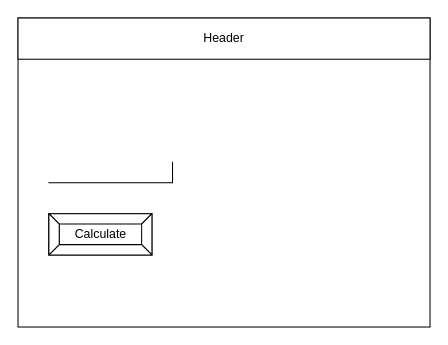
Earlier version of the draw.io diagram design/story-board.drawio (parsa-tahavori/ICS2O-UNIT5-2). Source tidied: cells renumbered, new cells numbered last; positions are measured from the earlier drawing's top-left corner, leaving out a move shared by most shapes. Both pictures are drawn from the tidied source at 103%, with x=0, y=0 at pixel (18, 18).
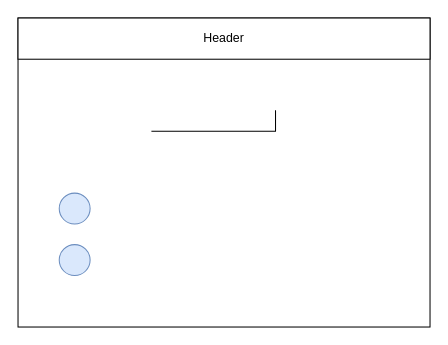
The same diagram, later.

Diff of the diagram source:
```diff
@@
 <mxGraphModel>
   <root>
     <mxCell id="0" />
     <mxCell id="1" parent="0" />
     <mxCell id="2" style="rounded=0;whiteSpace=wrap;html=1;" parent="1" vertex="1">
       <mxGeometry width="400" height="300" as="geometry" />
     </mxCell>
     <mxCell id="3" value="Header" style="rounded=0;whiteSpace=wrap;html=1;" parent="1" vertex="1">
       <mxGeometry width="400" height="40" as="geometry" />
     </mxCell>
     <mxCell id="4" style="shape=partialRectangle;whiteSpace=wrap;html=1;top=0;left=0;fillColor=none;" parent="1" vertex="1">
-      <mxGeometry x="30" y="140" width="120" height="20" as="geometry" />
+      <mxGeometry x="130" y="90" width="120" height="20" as="geometry" />
     </mxCell>
-    <mxCell id="5" value="Calculate" style="labelPosition=center;verticalLabelPosition=middle;align=center;html=1;shape=mxgraph.basic.button;dx=10;" parent="1" vertex="1">
-      <mxGeometry x="30" y="190" width="100" height="40" as="geometry" />
+    <mxCell id="5" style="ellipse;whiteSpace=wrap;html=1;fillColor=#dae8fc;strokeColor=#6c8ebf;" parent="1" vertex="1">
+      <mxGeometry x="40" y="170" width="30" height="30" as="geometry" />
     </mxCell>
+    <mxCell id="6" style="ellipse;whiteSpace=wrap;html=1;fillColor=#dae8fc;strokeColor=#6c8ebf;" parent="1" vertex="1">
+      <mxGeometry x="40" y="220" width="30" height="30" as="geometry" />
+    </mxCell>
   </root>
 </mxGraphModel>
```
